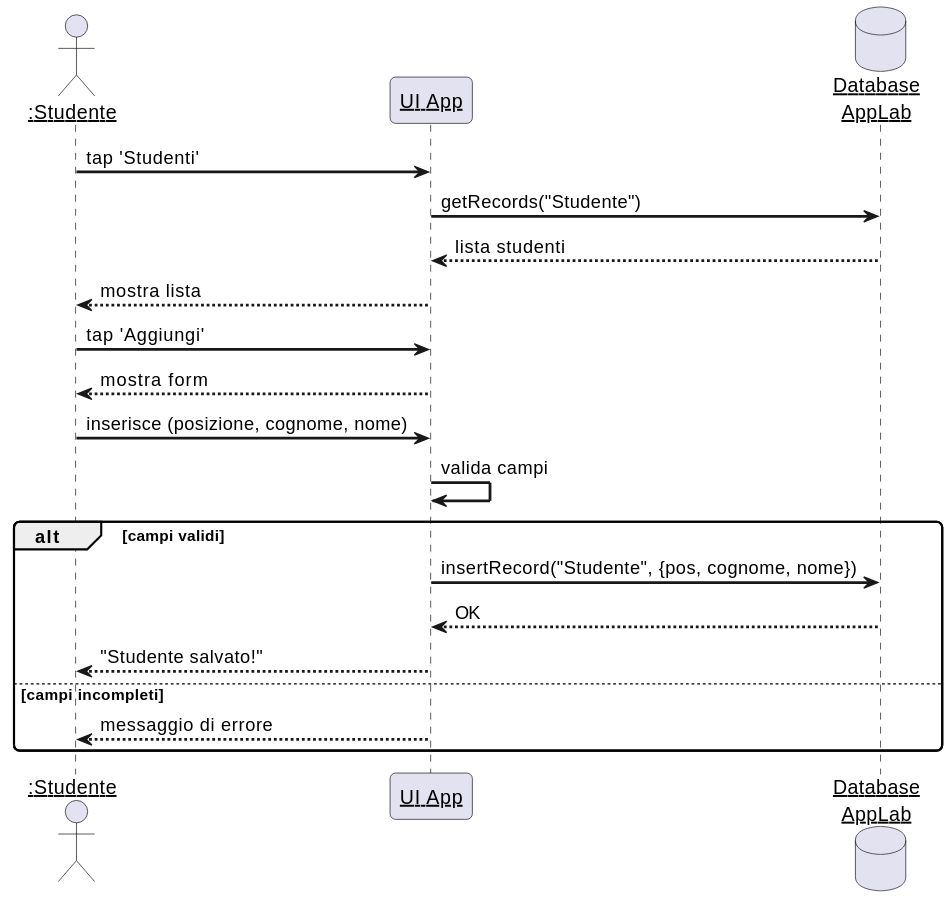
Earlier version of the PlantUML export images/sd-inserimento-studente.svg (gionatamassibenincasa/study-together).
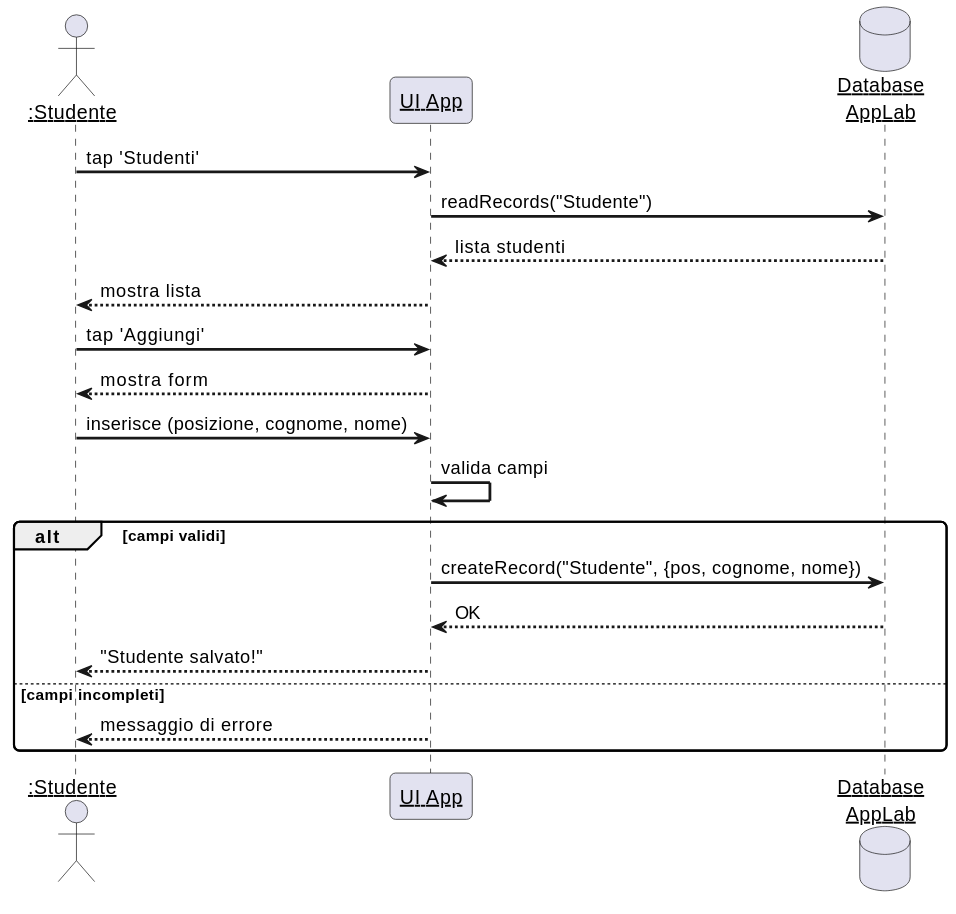
Later version of the same file.

The edit, as a diff of the source:
```diff
@@ -8,7 +8,7 @@
 database "Database\nAppLab" as DB
 
 S -> UI : tap 'Studenti'
-UI -> DB : getRecords("Studente")
+UI -> DB : readRecords("Studente")
 DB --> UI : lista studenti
 UI --> S : mostra lista
 
@@ -19,7 +19,7 @@
 UI -> UI : valida campi
 
 alt campi validi
-  UI -> DB : insertRecord("Studente", {pos, cognome, nome})
+  UI -> DB : createRecord("Studente", {pos, cognome, nome})
   DB --> UI : OK
   UI --> S : "Studente salvato!"
 else campi incompleti
```
